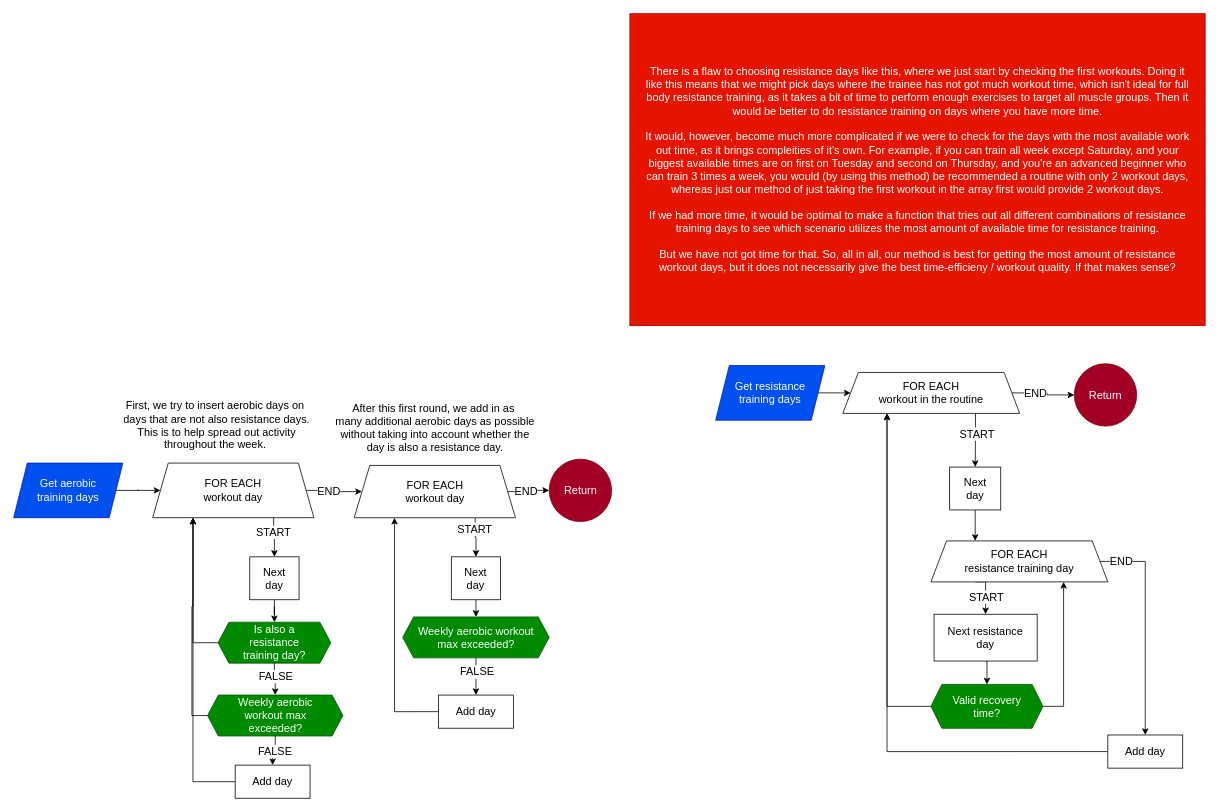
Katrine123/P1-project keeps this draw.io diagram as page "Find days" (4 of 7) of Main/workouts.drawio. Above is the earlier version. Source tidied: cells renumbered, new cells numbered last; positions are measured from the earlier drawing's top-left corner, leaving out a move shared by most shapes. Both pictures are drawn from the tidied source at 78%, with x=0, y=0 at pixel (13, 13).
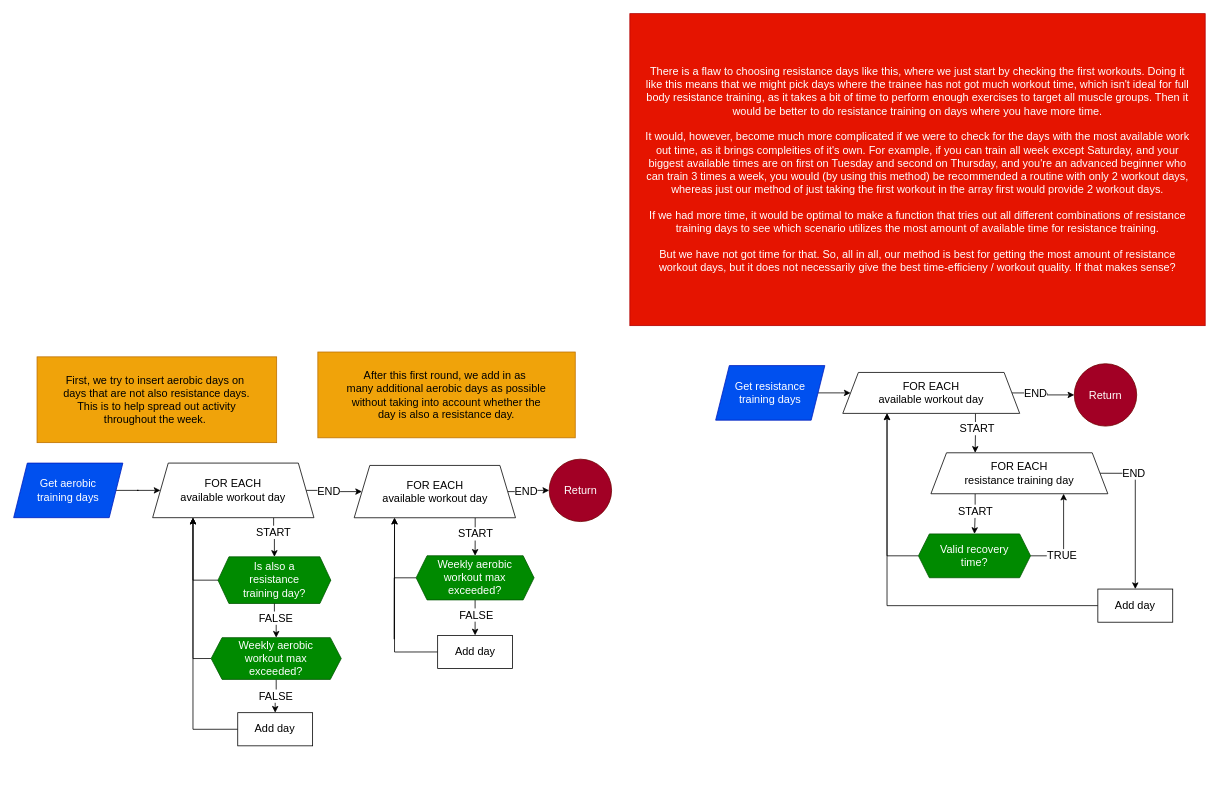
The same page after the edit.

The change refers to these unchanged cells:
```xml
<mxCell id="7" style="edgeStyle=orthogonalEdgeStyle;rounded=0;jettySize=auto;html=1;exitX=1;exitY=0.5;exitDx=0;exitDy=0;entryX=0.75;entryY=1;entryDx=0;entryDy=0;fontFamily=lexend light;fontSize=14;fontColor=default;" parent="1" edge="1" source="8" target="22">
  <mxGeometry relative="1" as="geometry" />
</mxCell>
<mxCell id="43" style="edgeStyle=orthogonalEdgeStyle;rounded=0;jettySize=auto;html=1;exitX=0.5;exitY=1;exitDx=0;exitDy=0;entryX=0.5;entryY=0;entryDx=0;entryDy=0;fontFamily=lexend light;fontSize=14;fontColor=default;" parent="1" edge="1" source="45" target="47">
  <mxGeometry relative="1" as="geometry" />
</mxCell>
```

The edit, as a diff of the source:
```diff
@@
-    <mxCell id="4" style="edgeStyle=orthogonalEdgeStyle;rounded=0;jettySize=auto;html=1;exitX=0.5;exitY=1;exitDx=0;exitDy=0;entryX=0.25;entryY=0;entryDx=0;entryDy=0;" parent="1" edge="1" source="5" target="22">
-      <mxGeometry relative="1" as="geometry" />
-    </mxCell>
-    <mxCell id="5" value="Next day" style="whiteSpace=wrap;html=1;fontFamily=lexend light;fontSize=14;spacingBottom=0;spacingLeft=15;spacingRight=15;" parent="1" vertex="1">
-      <mxGeometry x="1200" y="581.3" width="65.5" height="55" as="geometry" />
-    </mxCell>
@@
+    <mxCell id="59" value="TRUE" style="edgeLabel;html=1;align=center;verticalAlign=middle;strokeColor=default;spacingLeft=15;spacingRight=15;spacingBottom=0;fontFamily=lexend light;fontSize=14;fontColor=default;fillColor=default;" parent="7" vertex="1">
+      <mxGeometry x="-0.86" relative="1" as="geometry">
+        <mxPoint x="31" y="-1" as="offset" />
+      </mxGeometry>
+    </mxCell>
     <mxCell id="8" value="Valid recovery time?" style="shape=hexagon;perimeter=hexagonPerimeter2;whiteSpace=wrap;html=1;fixedSize=1;size=14;fillColor=#008a00;fontColor=#ffffff;strokeColor=#005700;fontFamily=lexend light;fontSize=14;spacingBottom=0;spacingLeft=15;spacingRight=15;" parent="1" vertex="1">
-      <mxGeometry x="1176" y="860" width="143.7" height="56.2" as="geometry" />
+      <mxGeometry x="1160" y="667" width="143.7" height="56.2" as="geometry" />
     </mxCell>
@@
     <mxCell id="10" value="Add day" style="whiteSpace=wrap;html=1;fontFamily=lexend light;fontSize=14;spacingBottom=0;spacingLeft=15;spacingRight=15;" parent="1" vertex="1">
-      <mxGeometry x="1402.8" y="924.8" width="96" height="42.5" as="geometry" />
+      <mxGeometry x="1390" y="737.7" width="96" height="42.5" as="geometry" />
     </mxCell>
@@
-    <mxCell id="14" style="edgeStyle=orthogonalEdgeStyle;rounded=0;jettySize=auto;html=1;exitX=0.75;exitY=1;exitDx=0;exitDy=0;entryX=0.5;entryY=0;entryDx=0;entryDy=0;fontFamily=lexend light;fontSize=14;fontColor=default;" parent="1" edge="1" source="16" target="5">
+    <mxCell id="14" style="edgeStyle=orthogonalEdgeStyle;rounded=0;jettySize=auto;html=1;exitX=0.75;exitY=1;exitDx=0;exitDy=0;entryX=0.25;entryY=0;entryDx=0;entryDy=0;fontFamily=lexend light;fontSize=14;fontColor=default;" parent="1" edge="1" source="16" target="22">
       <mxGeometry relative="1" as="geometry" />
     </mxCell>
@@
-    <mxCell id="16" value="FOR EACH&lt;div&gt;workout in the routine&lt;/div&gt;" style="whiteSpace=wrap;html=1;fontFamily=lexend light;fontSize=14;spacingBottom=0;spacingLeft=15;spacingRight=15;shape=trapezoid;perimeter=trapezoidPerimeter;fixedSize=1;" parent="1" vertex="1">
+    <mxCell id="16" value="FOR EACH&lt;div&gt;available workout day&lt;/div&gt;" style="whiteSpace=wrap;html=1;fontFamily=lexend light;fontSize=14;spacingBottom=0;spacingLeft=15;spacingRight=15;shape=trapezoid;perimeter=trapezoidPerimeter;fixedSize=1;" parent="1" vertex="1">
       <mxGeometry x="1063" y="460" width="226.8" height="52.5" as="geometry" />
     </mxCell>
@@
     <mxCell id="18" style="edgeStyle=orthogonalEdgeStyle;rounded=0;jettySize=auto;html=1;exitX=1;exitY=0.5;exitDx=0;exitDy=0;entryX=0.5;entryY=0;entryDx=0;entryDy=0;fontFamily=lexend light;fontSize=14;fontColor=default;" parent="1" edge="1" source="22" target="10">
       <mxGeometry relative="1" as="geometry">
         <Array as="points">
-          <mxPoint x="1451" y="702" />
+          <mxPoint x="1438" y="589" />
         </Array>
       </mxGeometry>
     </mxCell>
     <mxCell id="19" value="END" style="edgeLabel;html=1;align=center;verticalAlign=middle;strokeColor=default;spacingLeft=15;spacingRight=15;spacingBottom=0;fontFamily=lexend light;fontSize=14;fontColor=default;fillColor=default;" parent="18" vertex="1">
       <mxGeometry x="-0.87" y="2" relative="1" as="geometry">
-        <mxPoint x="9" y="2" as="offset" />
+        <mxPoint x="30" y="1" as="offset" />
       </mxGeometry>
     </mxCell>
-    <mxCell id="20" style="edgeStyle=orthogonalEdgeStyle;rounded=0;jettySize=auto;html=1;exitX=0.25;exitY=1;exitDx=0;exitDy=0;entryX=0.5;entryY=0;entryDx=0;entryDy=0;fontFamily=lexend light;fontSize=14;fontColor=default;" parent="1" edge="1" source="22" target="24">
-      <mxGeometry relative="1" as="geometry">
-        <Array as="points">
-          <mxPoint x="1246" y="729" />
-        </Array>
-      </mxGeometry>
-    </mxCell>
+    <mxCell id="60" style="edgeStyle=orthogonalEdgeStyle;rounded=0;jettySize=auto;html=1;exitX=0.25;exitY=1;exitDx=0;exitDy=0;entryX=0.5;entryY=0;entryDx=0;entryDy=0;fontFamily=lexend light;fontSize=14;fontColor=default;" parent="1" edge="1" source="22" target="8">
+      <mxGeometry relative="1" as="geometry" />
+    </mxCell>
-    <mxCell id="21" value="START" style="edgeLabel;html=1;align=center;verticalAlign=middle;strokeColor=default;spacingLeft=15;spacingRight=15;spacingBottom=0;fontFamily=lexend light;fontSize=14;fontColor=default;fillColor=default;" parent="20" vertex="1">
-      <mxGeometry x="0.05" relative="1" as="geometry">
-        <mxPoint y="3" as="offset" />
+    <mxCell id="21" value="START" style="edgeLabel;html=1;align=center;verticalAlign=middle;strokeColor=default;spacingLeft=15;spacingRight=15;spacingBottom=0;fontFamily=lexend light;fontSize=14;fontColor=default;fillColor=default;" parent="60" vertex="1">
+      <mxGeometry x="-0.71" y="-1" relative="1" as="geometry">
+        <mxPoint x="1" y="14" as="offset" />
       </mxGeometry>
     </mxCell>
     <mxCell id="22" value="FOR EACH&lt;div&gt;resistance training day&lt;/div&gt;" style="whiteSpace=wrap;html=1;fontFamily=lexend light;fontSize=14;spacingBottom=0;spacingLeft=15;spacingRight=15;shape=trapezoid;perimeter=trapezoidPerimeter;fixedSize=1;" parent="1" vertex="1">
-      <mxGeometry x="1176" y="676" width="226.8" height="52.5" as="geometry" />
+      <mxGeometry x="1176" y="563" width="226.8" height="52.5" as="geometry" />
     </mxCell>
-    <mxCell id="23" style="edgeStyle=orthogonalEdgeStyle;rounded=0;jettySize=auto;html=1;exitX=0.5;exitY=1;exitDx=0;exitDy=0;entryX=0.5;entryY=0;entryDx=0;entryDy=0;fontFamily=lexend light;fontSize=14;fontColor=default;" parent="1" edge="1" source="24" target="8">
-      <mxGeometry relative="1" as="geometry" />
-    </mxCell>
-    <mxCell id="24" value="Next resistance day" style="whiteSpace=wrap;html=1;fontFamily=lexend light;fontSize=14;spacingBottom=0;spacingLeft=15;spacingRight=15;" parent="1" vertex="1">
-      <mxGeometry x="1180" y="770" width="132.2" height="60" as="geometry" />
-    </mxCell>
@@
-    <mxCell id="27" style="edgeStyle=orthogonalEdgeStyle;rounded=0;jettySize=auto;html=1;entryX=0.5;entryY=0;entryDx=0;entryDy=0;fontFamily=lexend light;fontSize=14;fontColor=#ffffff;" parent="1" edge="1" source="28" target="32">
-      <mxGeometry relative="1" as="geometry" />
-    </mxCell>
-    <mxCell id="28" value="Next day" style="whiteSpace=wrap;html=1;fontFamily=lexend light;fontSize=14;spacingBottom=0;spacingLeft=15;spacingRight=15;" parent="1" vertex="1">
-      <mxGeometry x="302.7" y="696.4" width="63.2" height="55" as="geometry" />
-    </mxCell>
@@
     <mxCell id="32" value="Is also a resistance training day?" style="shape=hexagon;perimeter=hexagonPerimeter2;whiteSpace=wrap;html=1;fixedSize=1;size=14;fillColor=#008a00;fontColor=#ffffff;strokeColor=#005700;fontFamily=lexend light;fontSize=14;spacingBottom=0;spacingLeft=15;spacingRight=15;" parent="1" vertex="1">
-      <mxGeometry x="262" y="780.2" width="144.6" height="52.5" as="geometry" />
+      <mxGeometry x="262" y="696.4" width="144.6" height="59.8" as="geometry" />
     </mxCell>
@@
     <mxCell id="34" value="Add day" style="whiteSpace=wrap;html=1;fontFamily=lexend light;fontSize=14;spacingBottom=0;spacingLeft=15;spacingRight=15;" parent="1" vertex="1">
-      <mxGeometry x="284" y="963.4" width="96" height="42.5" as="geometry" />
+      <mxGeometry x="287.3" y="896.2" width="96" height="42.5" as="geometry" />
     </mxCell>
@@
-    <mxCell id="38" style="edgeStyle=orthogonalEdgeStyle;rounded=0;jettySize=auto;html=1;exitX=0.75;exitY=1;exitDx=0;exitDy=0;entryX=0.5;entryY=0;entryDx=0;entryDy=0;fontFamily=lexend light;fontSize=14;fontColor=default;" parent="1" edge="1" source="40" target="28">
+    <mxCell id="38" style="edgeStyle=orthogonalEdgeStyle;rounded=0;jettySize=auto;html=1;exitX=0.75;exitY=1;exitDx=0;exitDy=0;entryX=0.5;entryY=0;entryDx=0;entryDy=0;fontFamily=lexend light;fontSize=14;fontColor=default;" parent="1" edge="1" source="40" target="32">
       <mxGeometry relative="1" as="geometry" />
     </mxCell>
@@
-    <mxCell id="40" value="FOR EACH&lt;div&gt;workout day&lt;/div&gt;" style="whiteSpace=wrap;html=1;fontFamily=lexend light;fontSize=14;spacingBottom=0;spacingLeft=15;spacingRight=15;shape=trapezoid;perimeter=trapezoidPerimeter;fixedSize=1;" parent="1" vertex="1">
+    <mxCell id="40" value="FOR EACH&lt;div&gt;available workout day&lt;/div&gt;" style="whiteSpace=wrap;html=1;fontFamily=lexend light;fontSize=14;spacingBottom=0;spacingLeft=15;spacingRight=15;shape=trapezoid;perimeter=trapezoidPerimeter;fixedSize=1;" parent="1" vertex="1">
       <mxGeometry x="178.2" y="576.2" width="206.8" height="70" as="geometry" />
     </mxCell>
-    <mxCell id="41" style="edgeStyle=orthogonalEdgeStyle;rounded=0;jettySize=auto;html=1;exitX=0.5;exitY=1;exitDx=0;exitDy=0;entryX=0.5;entryY=0;entryDx=0;entryDy=0;fontFamily=lexend light;fontSize=14;fontColor=default;" parent="1" edge="1" source="42" target="45">
-      <mxGeometry relative="1" as="geometry" />
-    </mxCell>
-    <mxCell id="42" value="Next day" style="whiteSpace=wrap;html=1;fontFamily=lexend light;fontSize=14;spacingBottom=0;spacingLeft=15;spacingRight=15;" parent="1" vertex="1">
-      <mxGeometry x="561.1" y="696.4" width="63.2" height="55" as="geometry" />
-    </mxCell>
@@
     <mxCell id="44" value="FALSE" style="edgeLabel;html=1;align=center;verticalAlign=middle;strokeColor=default;spacingLeft=15;spacingRight=15;spacingBottom=0;fontFamily=lexend light;fontSize=14;fontColor=default;fillColor=default;" parent="43" vertex="1">
       <mxGeometry x="-0.51" y="-1" relative="1" as="geometry">
-        <mxPoint x="2" y="6" as="offset" />
+        <mxPoint x="2" y="8" as="offset" />
       </mxGeometry>
     </mxCell>
+    <mxCell id="61" style="edgeStyle=orthogonalEdgeStyle;rounded=0;jettySize=auto;html=1;exitX=0;exitY=0.5;exitDx=0;exitDy=0;entryX=0.25;entryY=1;entryDx=0;entryDy=0;" parent="1" edge="1" source="45" target="52">
+      <mxGeometry relative="1" as="geometry">
+        <Array as="points">
+          <mxPoint x="488" y="802" />
+          <mxPoint x="488" y="710" />
+        </Array>
+      </mxGeometry>
+    </mxCell>
     <mxCell id="45" value="Weekly aerobic workout max exceeded?" style="shape=hexagon;perimeter=hexagonPerimeter2;whiteSpace=wrap;html=1;fixedSize=1;size=14;fillColor=#008a00;fontColor=#ffffff;strokeColor=#005700;fontFamily=lexend light;fontSize=14;spacingBottom=0;spacingLeft=15;spacingRight=15;" parent="1" vertex="1">
-      <mxGeometry x="498.8" y="773.4" width="187.8" height="52.5" as="geometry" />
+      <mxGeometry x="516" y="695" width="151.2" height="56.6" as="geometry" />
     </mxCell>
@@
     <mxCell id="47" value="Add day" style="whiteSpace=wrap;html=1;fontFamily=lexend light;fontSize=14;spacingBottom=0;spacingLeft=15;spacingRight=15;" parent="1" vertex="1">
-      <mxGeometry x="544.7" y="873.6" width="96" height="42.5" as="geometry" />
+      <mxGeometry x="543.6" y="797.1" width="96" height="42.5" as="geometry" />
     </mxCell>
@@
-    <mxCell id="50" style="edgeStyle=orthogonalEdgeStyle;rounded=0;jettySize=auto;html=1;exitX=0.75;exitY=1;exitDx=0;exitDy=0;entryX=0.5;entryY=0;entryDx=0;entryDy=0;fontFamily=lexend light;fontSize=14;fontColor=default;" parent="1" edge="1" source="52" target="42">
+    <mxCell id="50" style="edgeStyle=orthogonalEdgeStyle;rounded=0;jettySize=auto;html=1;exitX=0.75;exitY=1;exitDx=0;exitDy=0;entryX=0.5;entryY=0;entryDx=0;entryDy=0;fontFamily=lexend light;fontSize=14;fontColor=default;" parent="1" edge="1" source="52" target="45">
       <mxGeometry relative="1" as="geometry" />
     </mxCell>
     <mxCell id="51" value="START" style="edgeLabel;html=1;align=center;verticalAlign=middle;strokeColor=default;spacingLeft=15;spacingRight=15;spacingBottom=0;fontFamily=lexend light;fontSize=14;fontColor=default;fillColor=default;" parent="50" vertex="1">
-      <mxGeometry x="-0.45" y="-1" relative="1" as="geometry" />
+      <mxGeometry x="-0.45" y="-1" relative="1" as="geometry">
+        <mxPoint x="1" y="7" as="offset" />
+      </mxGeometry>
     </mxCell>
-    <mxCell id="52" value="FOR EACH&lt;div&gt;workout day&lt;/div&gt;" style="whiteSpace=wrap;html=1;fontFamily=lexend light;fontSize=14;spacingBottom=0;spacingLeft=15;spacingRight=15;shape=trapezoid;perimeter=trapezoidPerimeter;fixedSize=1;" parent="1" vertex="1">
+    <mxCell id="52" value="FOR EACH&lt;div&gt;available workout day&lt;/div&gt;" style="whiteSpace=wrap;html=1;fontFamily=lexend light;fontSize=14;spacingBottom=0;spacingLeft=15;spacingRight=15;shape=trapezoid;perimeter=trapezoidPerimeter;fixedSize=1;" parent="1" vertex="1">
       <mxGeometry x="436.6" y="579.2" width="206.8" height="67.1" as="geometry" />
     </mxCell>
@@
     <mxCell id="56" value="Weekly aerobic workout max exceeded?" style="shape=hexagon;perimeter=hexagonPerimeter2;whiteSpace=wrap;html=1;fixedSize=1;size=14;fillColor=#008a00;fontColor=#ffffff;strokeColor=#005700;fontFamily=lexend light;fontSize=14;spacingBottom=0;spacingLeft=15;spacingRight=15;" parent="1" vertex="1">
-      <mxGeometry x="248.5" y="873.6" width="173.7" height="52.5" as="geometry" />
+      <mxGeometry x="253.2" y="800" width="166.8" height="53.5" as="geometry" />
     </mxCell>
-    <mxCell id="57" value="First, we try to insert aerobic days on&amp;nbsp;&lt;div&gt;days that are not also resistance days.&lt;/div&gt;&lt;div&gt;This is &lt;span style=&quot;background-color: initial;&quot;&gt;to help spread out activity&lt;/span&gt;&lt;/div&gt;&lt;div&gt;&lt;span style=&quot;background-color: initial;&quot;&gt;throughout the week.&amp;nbsp;&lt;/span&gt;&lt;/div&gt;" style="text;html=1;align=center;verticalAlign=middle;strokeColor=none;fillColor=none;fontFamily=lexend light;fontSize=14;fontColor=default;" parent="1" vertex="1">
-      <mxGeometry x="140" y="487.5" width="240" height="80" as="geometry" />
+    <mxCell id="57" value="&lt;div&gt;First, we try to insert aerobic days on&amp;nbsp;&lt;/div&gt;&lt;div&gt;days that are not also resistance days.&lt;/div&gt;&lt;div&gt;This is to help spread out activity&lt;/div&gt;&lt;div&gt;throughout the week.&amp;nbsp;&lt;/div&gt;" style="whiteSpace=wrap;html=1;fontFamily=lexend light;fontSize=14;spacingBottom=0;spacingLeft=15;spacingRight=15;fillColor=#f0a30a;fontColor=#000000;strokeColor=#BD7000;" parent="1" vertex="1">
+      <mxGeometry x="30" y="440" width="307.2" height="110" as="geometry" />
     </mxCell>
-    <mxCell id="58" value="After this first round, we add in as&amp;nbsp;&lt;div&gt;many additional aerobic days as possible&lt;/div&gt;&lt;div&gt;without taking into account whether the&lt;/div&gt;&lt;div&gt;day is also a resistance day.&lt;/div&gt;" style="text;html=1;align=center;verticalAlign=middle;strokeColor=none;fillColor=none;fontFamily=lexend light;fontSize=14;fontColor=default;" parent="1" vertex="1">
-      <mxGeometry x="415" y="491.2" width="250" height="80" as="geometry" />
+    <mxCell id="58" value="&lt;div&gt;After this first round, we add in as&amp;nbsp;&lt;/div&gt;&lt;div&gt;many additional aerobic days as possible&lt;/div&gt;&lt;div&gt;without taking into account whether the&lt;/div&gt;&lt;div&gt;day is also a resistance day.&lt;/div&gt;" style="whiteSpace=wrap;html=1;fontFamily=lexend light;fontSize=14;spacingBottom=0;spacingLeft=15;spacingRight=15;fillColor=#f0a30a;fontColor=#000000;strokeColor=#BD7000;" parent="1" vertex="1">
+      <mxGeometry x="390" y="433.8" width="330" height="110" as="geometry" />
     </mxCell>
```
